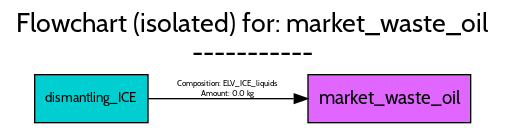
Before: src/futuram/examples/ELV/figures/flowcharts/processes/png/market_waste_oil.png, a diagram exported from Graphviz (FutuRaM-Project/Recovery-Model). Its source is kept beside it as src/futuram/examples/ELV/figures/flowcharts/processes/dot/market_waste_oil.dot.
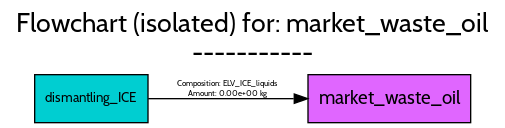
Above is the later version.

Change to the diagram source:
```diff
@@ -35,7 +35,7 @@
 		fontname=Cabin,
 		fontsize=6,
 		label="Composition: ELV_ICE_liquids
-Amount: 0.0 kg",
+Amount: 0.00e+00 kg",
 		lp="167,25",
 		pos="e,226.71,18 107.16,18 137.84,18 180.31,18 216.26,18"];
 }
```
